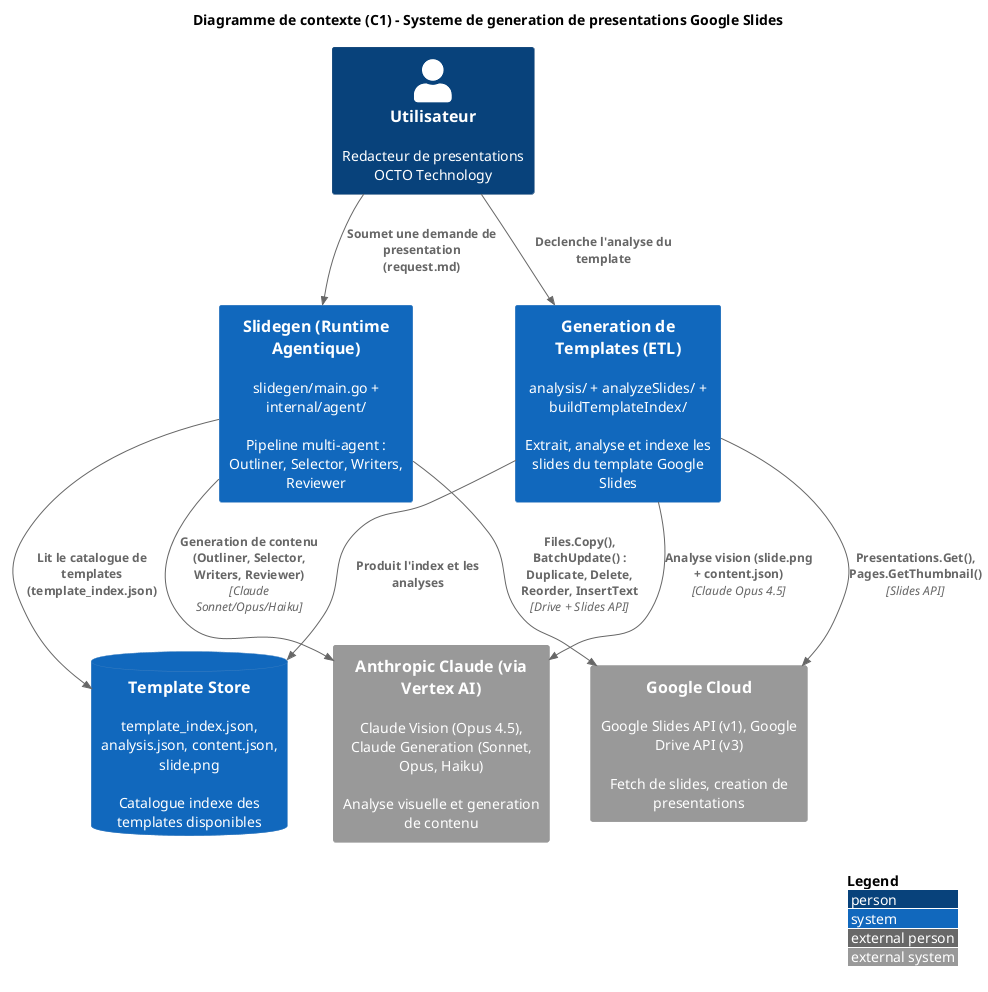
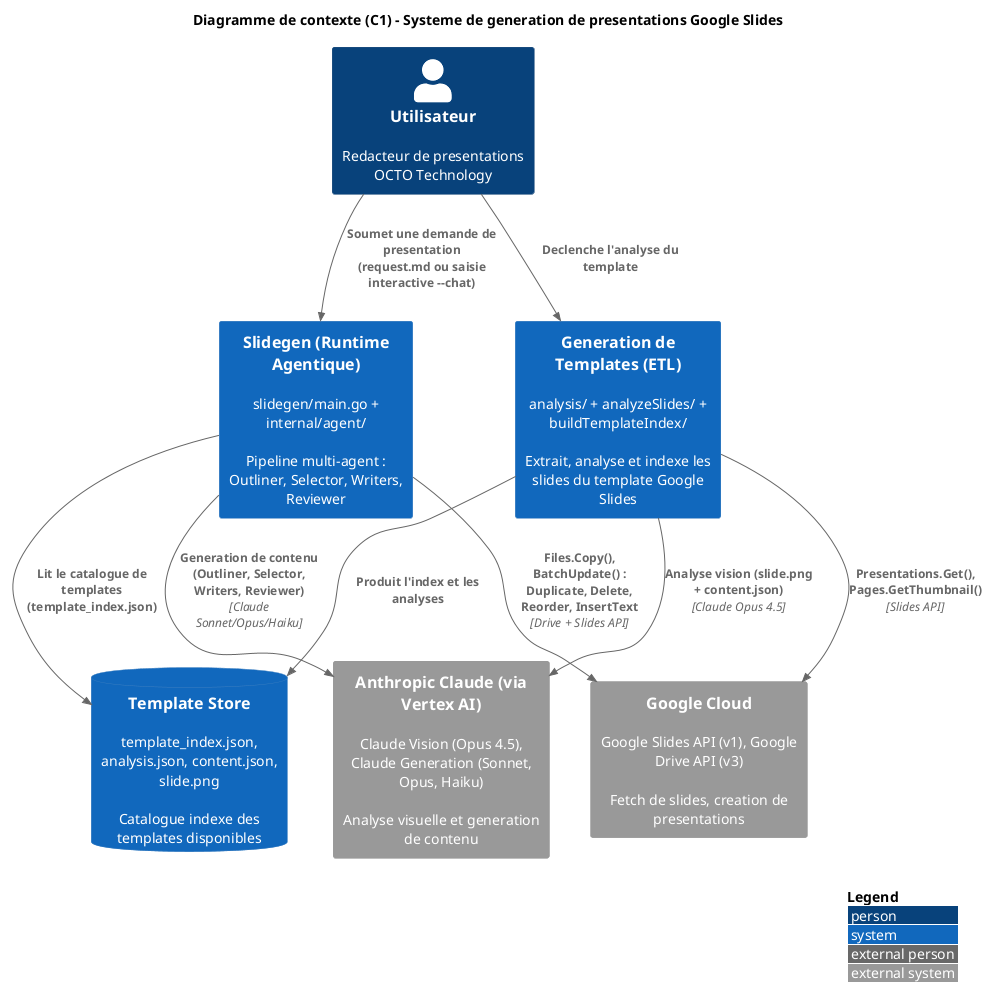
@startuml c1-context
!include <C4/C4_Context>

LAYOUT_WITH_LEGEND()

title Diagramme de contexte (C1) - Systeme de generation de presentations Google Slides

Person(user, "Utilisateur", "Redacteur de presentations OCTO Technology")

System(etl, "Generation de Templates (ETL)", "analysis/ + analyzeSlides/ + buildTemplateIndex/\n\nExtrait, analyse et indexe les slides du template Google Slides")

SystemDb(store, "Template Store", "template_index.json, analysis.json, content.json, slide.png\n\nCatalogue indexe des templates disponibles")

System(slidegen, "Slidegen (Runtime Agentique)", "slidegen/main.go + internal/agent/\n\nPipeline multi-agent : Outliner, Selector, Writers, Reviewer")

System_Ext(google, "Google Cloud", "Google Slides API (v1), Google Drive API (v3)\n\nFetch de slides, creation de presentations")

System_Ext(anthropic, "Anthropic Claude (via Vertex AI)", "Claude Vision (Opus 4.5), Claude Generation (Sonnet, Opus, Haiku)\n\nAnalyse visuelle et generation de contenu")

Rel(user, etl, "Declenche l'analyse du template")
- Rel(user, slidegen, "Soumet une demande de presentation (request.md)")
+ Rel(user, slidegen, "Soumet une demande de presentation\n(request.md ou saisie interactive --chat)")

Rel(etl, google, "Presentations.Get(), Pages.GetThumbnail()", "Slides API")
Rel(etl, anthropic, "Analyse vision (slide.png + content.json)", "Claude Opus 4.5")
Rel(etl, store, "Produit l'index et les analyses")

Rel(slidegen, store, "Lit le catalogue de templates (template_index.json)")
Rel(slidegen, anthropic, "Generation de contenu (Outliner, Selector, Writers, Reviewer)", "Claude Sonnet/Opus/Haiku")
Rel(slidegen, google, "Files.Copy(), BatchUpdate() : Duplicate, Delete, Reorder, InsertText", "Drive + Slides API")

@enduml
